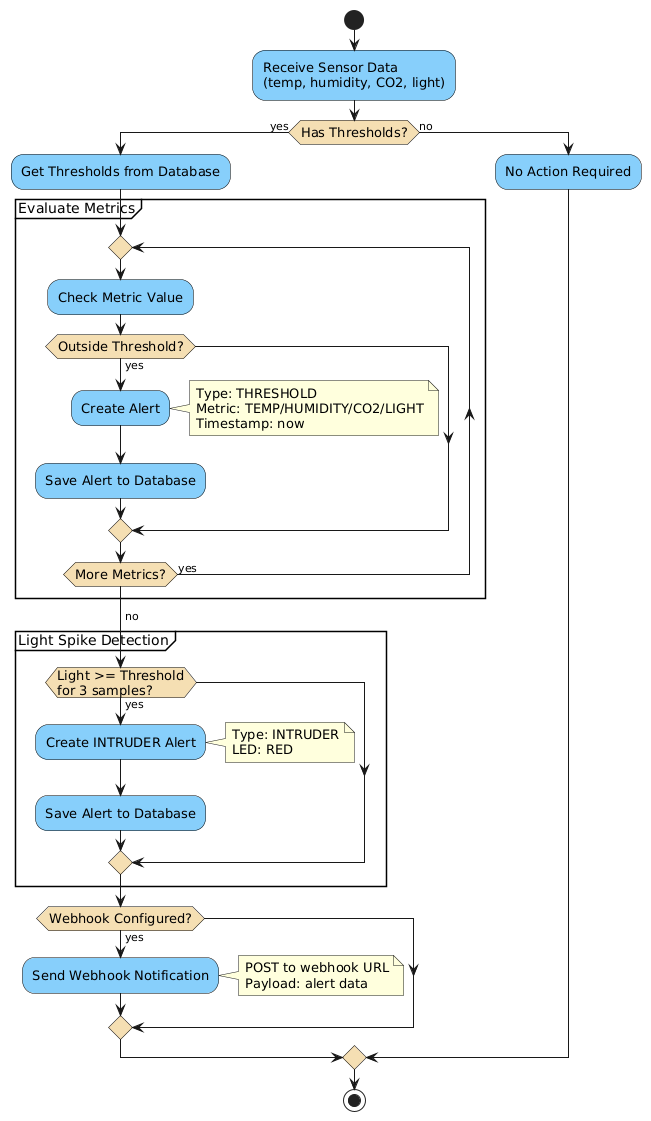
The PlantUML diagram diagrams/Activity_Diagram.png in erdemonal/environmental-monitoring-system, before a commit.
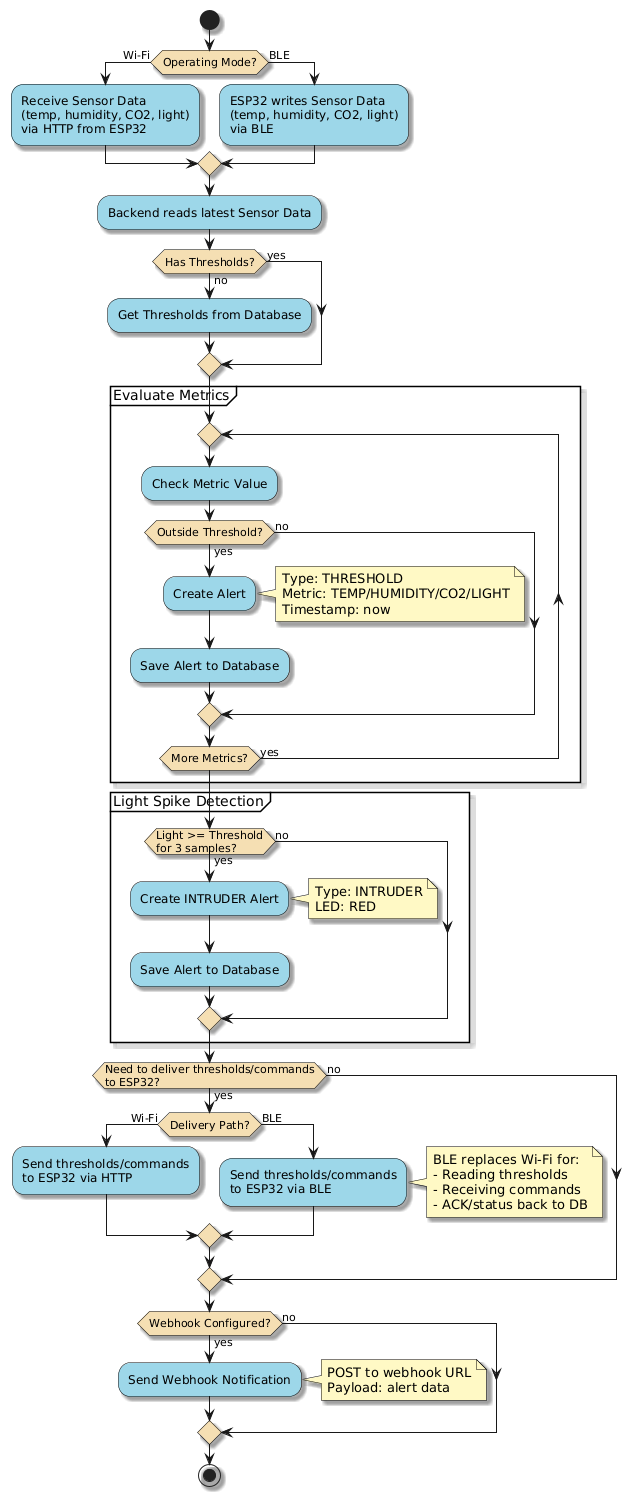
The same diagram one commit later.

Diff of the diagram source:
```diff
@@ -1,59 +1,100 @@
 @startuml
+skinparam linetype ortho
+skinparam shadowing true
+
 skinparam activity {
-  BackgroundColor LightSkyBlue
-  BorderColor Black
-  DiamondBackgroundColor Wheat
-  FontSize 13
+  BackgroundColor #9DD6E8
+  BorderColor black
+  RoundCorner 15
+}
+skinparam decision {
+  BackgroundColor Wheat
+  BorderColor black
+}
+skinparam activityDiamondBackgroundColor Wheat
+skinparam activityDiamondBorderColor black
+skinparam note {
+  BackgroundColor #FFF9C4
+  BorderColor black
+  RoundCorner 8
+}
+skinparam partition {
+  BorderColor black
 }
 
 start
 
-:Receive Sensor Data
-(temp, humidity, CO2, light);
+if (Operating Mode?) then (Wi-Fi)
+  :Receive Sensor Data\n(temp, humidity, CO2, light)\nvia HTTP from ESP32;
+else (BLE)
+  :ESP32 writes Sensor Data\n(temp, humidity, CO2, light)\nvia BLE;
+endif
+
+:Backend reads latest Sensor Data;
 
 if (Has Thresholds?) then (yes)
+else (no)
+  :Get Thresholds from Database;
+endif
 
-  :Get Thresholds from Database;
+partition "Evaluate Metrics" {
 
-  partition "Evaluate Metrics" {
-    repeat
-      :Check Metric Value;
+  repeat
+    :Check Metric Value;
 
-      if (Outside Threshold?) then (yes)
-        :Create Alert;
-        note right
-          Type: THRESHOLD
-          Metric: TEMP/HUMIDITY/CO2/LIGHT
-          Timestamp: now
-        end note
-        :Save Alert to Database;
-      endif
-
-    repeat while (More Metrics?) is (yes)
-    ->no;
-  }
-
-  partition "Light Spike Detection" {
-    if (Light >= Threshold\nfor 3 samples?) then (yes)
-      :Create INTRUDER Alert;
+    if (Outside Threshold?) then (yes)
+      :Create Alert;
       note right
-        Type: INTRUDER
-        LED: RED
+        Type: THRESHOLD
+        Metric: TEMP/HUMIDITY/CO2/LIGHT
+        Timestamp: now
       end note
       :Save Alert to Database;
+    else (no)
     endif
-  }
 
-  if (Webhook Configured?) then (yes)
-    :Send Webhook Notification;
+  repeat while (More Metrics?) is (yes)
+
+}
+
+partition "Light Spike Detection" {
+
+  if (Light >= Threshold\nfor 3 samples?) then (yes)
+    :Create INTRUDER Alert;
     note right
-      POST to webhook URL
-      Payload: alert data
+      Type: INTRUDER
+      LED: RED
+    end note
+    :Save Alert to Database;
+  else (no)
+  endif
+
+}
+
+if (Need to deliver thresholds/commands\nto ESP32?) then (yes)
+
+  if (Delivery Path?) then (Wi-Fi)
+    :Send thresholds/commands\nto ESP32 via HTTP;
+  else (BLE)
+    :Send thresholds/commands\nto ESP32 via BLE;
+    note right
+      BLE replaces Wi-Fi for:
+      - Reading thresholds
+      - Receiving commands
+      - ACK/status back to DB
     end note
   endif
 
 else (no)
-  :No Action Required;
+endif
+
+if (Webhook Configured?) then (yes)
+  :Send Webhook Notification;
+  note right
+    POST to webhook URL
+    Payload: alert data
+  end note
+else (no)
 endif
 
 stop
```
